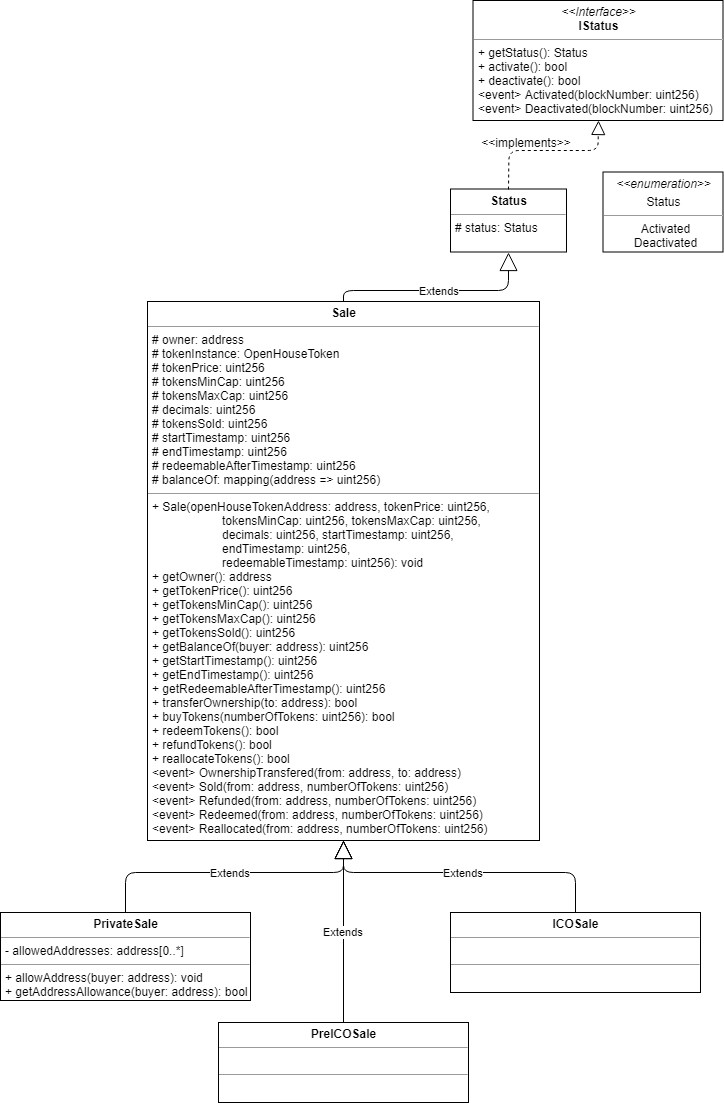
The draw.io diagram uml/Sale/Sale.png in gkamtzir/Ethereum-ICO-Diploma-Thesis, before a commit. Source tidied: cells renumbered, new cells last; positions are measured from the earlier drawing's top-left corner, leaving out a move shared by most shapes.
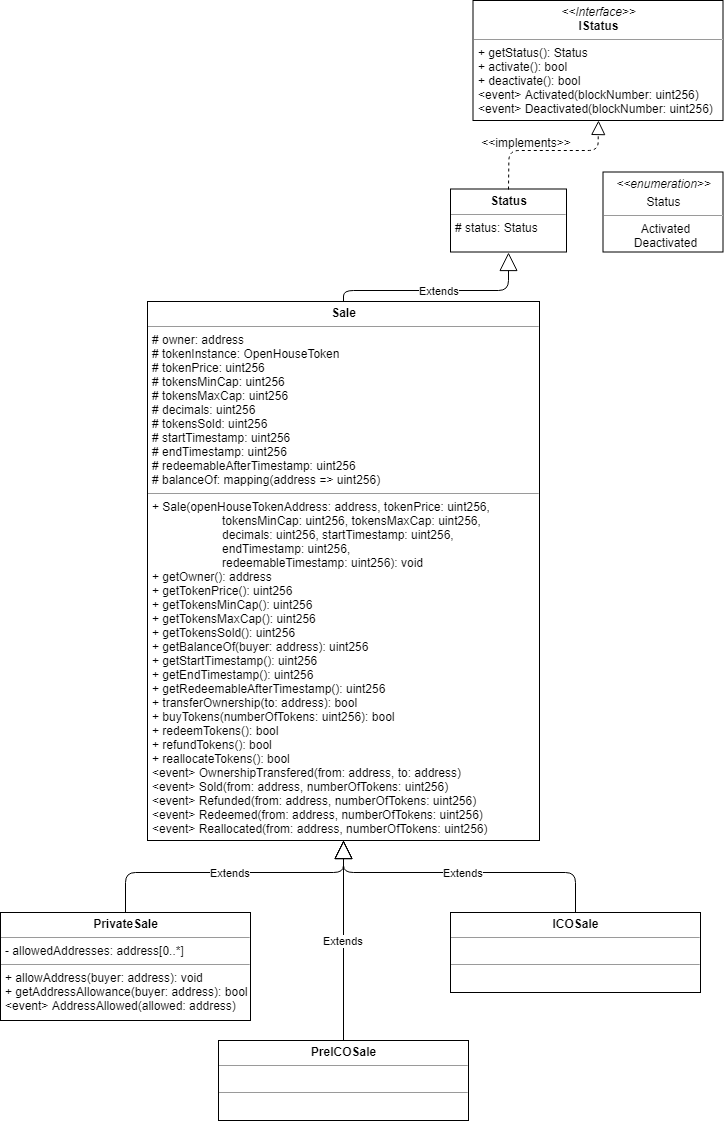
Later version of the same file.

Commit message:
Updated Sale's uml diagrams.

The edit, as a diff of the source:
```diff
@@ -5,11 +5,11 @@
     <mxCell id="2" value="&lt;p style=&quot;margin: 0px ; margin-top: 4px ; text-align: center&quot;&gt;&lt;b&gt;Sale&lt;/b&gt;&lt;/p&gt;&lt;hr size=&quot;1&quot;&gt;&lt;p style=&quot;margin: 0px ; margin-left: 4px&quot;&gt;# owner: address&lt;/p&gt;&lt;p style=&quot;margin: 0px ; margin-left: 4px&quot;&gt;# tokenInstance: OpenHouseToken&lt;/p&gt;&lt;p style=&quot;margin: 0px ; margin-left: 4px&quot;&gt;# tokenPrice: uint256&lt;/p&gt;&lt;p style=&quot;margin: 0px ; margin-left: 4px&quot;&gt;# tokensMinCap: uint256&lt;/p&gt;&lt;p style=&quot;margin: 0px ; margin-left: 4px&quot;&gt;# tokensMaxCap: uint256&lt;/p&gt;&lt;p style=&quot;margin: 0px ; margin-left: 4px&quot;&gt;# decimals: uint256&lt;/p&gt;&lt;p style=&quot;margin: 0px ; margin-left: 4px&quot;&gt;# tokensSold: uint256&lt;/p&gt;&lt;p style=&quot;margin: 0px ; margin-left: 4px&quot;&gt;# startTimestamp: uint256&lt;/p&gt;&lt;p style=&quot;margin: 0px ; margin-left: 4px&quot;&gt;# endTimestamp: uint256&lt;/p&gt;&lt;p style=&quot;margin: 0px ; margin-left: 4px&quot;&gt;# redeemableAfterTimestamp: uint256&lt;/p&gt;&lt;p style=&quot;margin: 0px ; margin-left: 4px&quot;&gt;# balanceOf: mapping(address =&amp;gt; uint256)&lt;/p&gt;&lt;hr size=&quot;1&quot;&gt;&lt;p style=&quot;margin: 0px ; margin-left: 4px&quot;&gt;+ Sale(openHouseTokenAddress: address, tokenPrice: uint256,&lt;/p&gt;&lt;p style=&quot;margin: 0px ; margin-left: 4px&quot;&gt;&amp;nbsp; &amp;nbsp; &amp;nbsp; &amp;nbsp; &amp;nbsp; &amp;nbsp; &amp;nbsp; &amp;nbsp; &amp;nbsp; &amp;nbsp; &amp;nbsp;tokensMinCap: uint256, tokensMaxCap: uint256,&lt;/p&gt;&lt;p style=&quot;margin: 0px ; margin-left: 4px&quot;&gt;&amp;nbsp; &amp;nbsp; &amp;nbsp; &amp;nbsp; &amp;nbsp; &amp;nbsp; &amp;nbsp; &amp;nbsp; &amp;nbsp; &amp;nbsp; &amp;nbsp;decimals: uint256, startTimestamp: uint256,&lt;/p&gt;&lt;p style=&quot;margin: 0px ; margin-left: 4px&quot;&gt;&amp;nbsp; &amp;nbsp; &amp;nbsp; &amp;nbsp; &amp;nbsp; &amp;nbsp; &amp;nbsp; &amp;nbsp; &amp;nbsp; &amp;nbsp; &amp;nbsp;endTimestamp: uint256,&amp;nbsp;&lt;/p&gt;&lt;p style=&quot;margin: 0px ; margin-left: 4px&quot;&gt;&lt;span&gt;&amp;nbsp; &amp;nbsp; &amp;nbsp; &amp;nbsp; &amp;nbsp; &amp;nbsp; &amp;nbsp; &amp;nbsp; &amp;nbsp; &amp;nbsp; &amp;nbsp;redeemableTimestamp: uint256): void&lt;/span&gt;&lt;/p&gt;&lt;p style=&quot;margin: 0px ; margin-left: 4px&quot;&gt;+ getOwner(): address&lt;/p&gt;&lt;p style=&quot;margin: 0px ; margin-left: 4px&quot;&gt;+ getTokenPrice(): uint256&lt;/p&gt;&lt;p style=&quot;margin: 0px ; margin-left: 4px&quot;&gt;+ getTokensMinCap(): uint256&lt;/p&gt;&lt;p style=&quot;margin: 0px ; margin-left: 4px&quot;&gt;+ getTokensMaxCap(): uint256&lt;/p&gt;&lt;p style=&quot;margin: 0px ; margin-left: 4px&quot;&gt;+ getTokensSold(): uint256&lt;/p&gt;&lt;p style=&quot;margin: 0px ; margin-left: 4px&quot;&gt;+ getBalanceOf(buyer: address): uint256&lt;/p&gt;&lt;p style=&quot;margin: 0px ; margin-left: 4px&quot;&gt;+ getStartTimestamp(): uint256&lt;/p&gt;&lt;p style=&quot;margin: 0px ; margin-left: 4px&quot;&gt;+ getEndTimestamp(): uint256&lt;/p&gt;&lt;p style=&quot;margin: 0px ; margin-left: 4px&quot;&gt;+ getRedeemableAfterTimestamp(): uint256&lt;/p&gt;&lt;p style=&quot;margin: 0px ; margin-left: 4px&quot;&gt;+ transferOwnership(to: address): bool&lt;/p&gt;&lt;p style=&quot;margin: 0px ; margin-left: 4px&quot;&gt;+ buyTokens(numberOfTokens: uint256): bool&lt;/p&gt;&lt;p style=&quot;margin: 0px ; margin-left: 4px&quot;&gt;+ redeemTokens(): bool&lt;/p&gt;&lt;p style=&quot;margin: 0px ; margin-left: 4px&quot;&gt;+ refundTokens(): bool&lt;/p&gt;&lt;p style=&quot;margin: 0px ; margin-left: 4px&quot;&gt;+ reallocateTokens(): bool&lt;/p&gt;&lt;p style=&quot;margin: 0px ; margin-left: 4px&quot;&gt;&amp;lt;event&amp;gt; OwnershipTransfered(from: address, to: address)&lt;/p&gt;&lt;p style=&quot;margin: 0px ; margin-left: 4px&quot;&gt;&amp;lt;event&amp;gt; Sold(from: address, numberOfTokens: uint256)&lt;/p&gt;&lt;p style=&quot;margin: 0px ; margin-left: 4px&quot;&gt;&amp;lt;event&amp;gt; Refunded(from: address, numberOfTokens: uint256)&lt;/p&gt;&lt;p style=&quot;margin: 0px ; margin-left: 4px&quot;&gt;&amp;lt;event&amp;gt; Redeemed(from: address, numberOfTokens: uint256)&lt;/p&gt;&lt;p style=&quot;margin: 0px ; margin-left: 4px&quot;&gt;&amp;lt;event&amp;gt; Reallocated(from: address, numberOfTokens: uint256)&lt;/p&gt;" style="verticalAlign=top;align=left;overflow=fill;fontSize=12;fontFamily=Helvetica;html=1;" parent="1" vertex="1">
       <mxGeometry x="147" y="301" width="392" height="539" as="geometry" />
     </mxCell>
-    <mxCell id="3" value="&lt;p style=&quot;margin: 0px ; margin-top: 4px ; text-align: center&quot;&gt;&lt;b&gt;PrivateSale&lt;/b&gt;&lt;/p&gt;&lt;hr size=&quot;1&quot;&gt;&lt;p style=&quot;margin: 0px ; margin-left: 4px&quot;&gt;- allowedAddresses: address[0..*]&lt;/p&gt;&lt;hr size=&quot;1&quot;&gt;&lt;p style=&quot;margin: 0px ; margin-left: 4px&quot;&gt;&lt;span&gt;+ allowAddress(buyer: address): void&lt;/span&gt;&lt;br&gt;&lt;/p&gt;&lt;p style=&quot;margin: 0px ; margin-left: 4px&quot;&gt;&lt;span&gt;+ getAddressAllowance(buyer: address): bool&lt;/span&gt;&lt;/p&gt;" style="verticalAlign=top;align=left;overflow=fill;fontSize=12;fontFamily=Helvetica;html=1;" parent="1" vertex="1">
-      <mxGeometry y="912" width="250" height="88" as="geometry" />
+    <mxCell id="3" value="&lt;p style=&quot;margin: 0px ; margin-top: 4px ; text-align: center&quot;&gt;&lt;b&gt;PrivateSale&lt;/b&gt;&lt;/p&gt;&lt;hr size=&quot;1&quot;&gt;&lt;p style=&quot;margin: 0px ; margin-left: 4px&quot;&gt;- allowedAddresses: address[0..*]&lt;/p&gt;&lt;hr size=&quot;1&quot;&gt;&lt;p style=&quot;margin: 0px ; margin-left: 4px&quot;&gt;&lt;span&gt;+ allowAddress(buyer: address): void&lt;/span&gt;&lt;br&gt;&lt;/p&gt;&lt;p style=&quot;margin: 0px ; margin-left: 4px&quot;&gt;&lt;span&gt;+ getAddressAllowance(buyer: address): bool&lt;/span&gt;&lt;/p&gt;&lt;p style=&quot;margin: 0px ; margin-left: 4px&quot;&gt;&lt;span&gt;&amp;lt;event&amp;gt; AddressAllowed(allowed: address)&lt;/span&gt;&lt;/p&gt;" style="verticalAlign=top;align=left;overflow=fill;fontSize=12;fontFamily=Helvetica;html=1;" parent="1" vertex="1">
+      <mxGeometry y="912" width="250" height="108" as="geometry" />
     </mxCell>
     <mxCell id="4" value="&lt;p style=&quot;margin: 0px ; margin-top: 4px ; text-align: center&quot;&gt;&lt;b&gt;PreICOSale&lt;/b&gt;&lt;/p&gt;&lt;hr size=&quot;1&quot;&gt;&lt;p style=&quot;margin: 0px ; margin-left: 4px&quot;&gt;&lt;br&gt;&lt;/p&gt;&lt;hr size=&quot;1&quot;&gt;&lt;p style=&quot;margin: 0px ; margin-left: 4px&quot;&gt;&lt;br&gt;&lt;/p&gt;" style="verticalAlign=top;align=left;overflow=fill;fontSize=12;fontFamily=Helvetica;html=1;" parent="1" vertex="1">
-      <mxGeometry x="218" y="1022" width="250" height="80" as="geometry" />
+      <mxGeometry x="218" y="1040" width="250" height="80" as="geometry" />
     </mxCell>
     <mxCell id="5" value="&lt;p style=&quot;margin: 0px ; margin-top: 4px ; text-align: center&quot;&gt;&lt;b&gt;ICOSale&lt;/b&gt;&lt;/p&gt;&lt;hr size=&quot;1&quot;&gt;&lt;p style=&quot;margin: 0px ; margin-left: 4px&quot;&gt;&lt;br&gt;&lt;/p&gt;&lt;hr size=&quot;1&quot;&gt;&lt;p style=&quot;margin: 0px ; margin-left: 4px&quot;&gt;&lt;br&gt;&lt;/p&gt;" style="verticalAlign=top;align=left;overflow=fill;fontSize=12;fontFamily=Helvetica;html=1;" parent="1" vertex="1">
       <mxGeometry x="450" y="912" width="250" height="80" as="geometry" />
```
